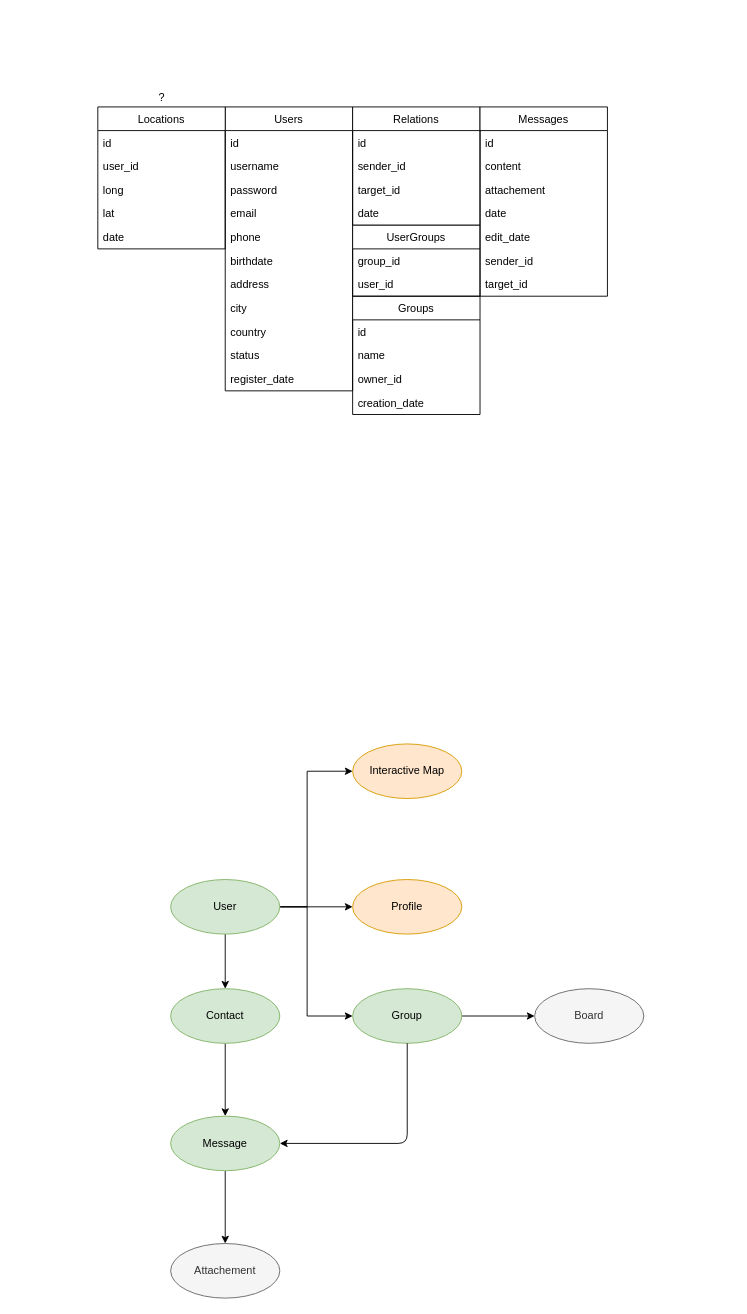
Above: DevServ_Proj_EA.drawio in oxypomme/LP_DevServer_Project (draw.io), before the change. Source tidied: cells renumbered, new cells numbered last; positions are measured from the earlier drawing's top-left corner, leaving out a move shared by most shapes. Both pictures are drawn from the tidied source at 91%, with x=0, y=0 at pixel (97, 88).
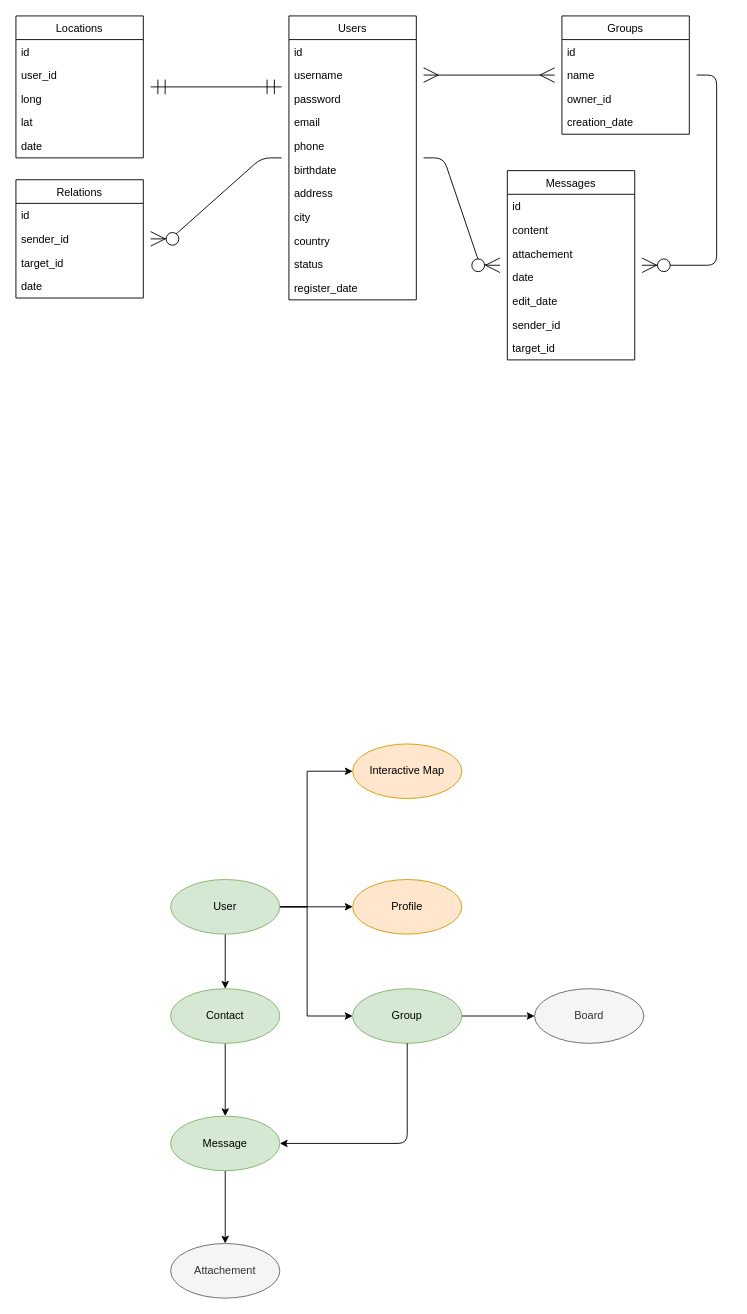
After the change.

Diff of the diagram source:
```diff
@@
     <mxCell id="2" value="Users" style="swimlane;fontStyle=0;horizontal=1;startSize=26;" parent="1" vertex="1">
-      <mxGeometry x="140" y="20" width="140" height="312" as="geometry" />
+      <mxGeometry x="210" y="-80" width="140" height="312" as="geometry" />
     </mxCell>
@@
     <mxCell id="30" value="Locations" style="swimlane;fontStyle=0;horizontal=1;startSize=26;" parent="1" vertex="1">
-      <mxGeometry y="20" width="140" height="156" as="geometry" />
+      <mxGeometry x="-90" y="-80" width="140" height="156" as="geometry" />
     </mxCell>
@@
     <mxCell id="36" value="Relations" style="swimlane;fontStyle=0;horizontal=1;startSize=26;" parent="1" vertex="1">
-      <mxGeometry x="280" y="20" width="140" height="130" as="geometry" />
+      <mxGeometry x="-90" y="100" width="140" height="130" as="geometry" />
     </mxCell>
@@
-    <mxCell id="41" value="?" style="text;html=1;align=center;verticalAlign=middle;strokeColor=none;fillColor=none;" parent="1" vertex="1">
-      <mxGeometry x="60" width="20" height="20" as="geometry" />
-    </mxCell>
     <mxCell id="42" value="Groups" style="swimlane;fontStyle=0;horizontal=1;startSize=26;" parent="1" vertex="1">
-      <mxGeometry x="280" y="228" width="140" height="130" as="geometry" />
+      <mxGeometry x="510" y="-80" width="140" height="130" as="geometry" />
     </mxCell>
@@
-    <mxCell id="47" value="UserGroups" style="swimlane;fontStyle=0;horizontal=1;startSize=26;" parent="1" vertex="1">
-      <mxGeometry x="280" y="150" width="140" height="78" as="geometry" />
-    </mxCell>
-    <mxCell id="48" value="group_id" style="text;strokeColor=none;fillColor=none;align=left;verticalAlign=top;spacingLeft=4;spacingRight=4;overflow=hidden;rounded=1;" parent="47" vertex="1">
-      <mxGeometry y="26" width="140" height="26" as="geometry" />
-    </mxCell>
-    <mxCell id="49" value="user_id" style="text;strokeColor=none;fillColor=none;align=left;verticalAlign=top;spacingLeft=4;spacingRight=4;overflow=hidden;rounded=1;" parent="47" vertex="1">
-      <mxGeometry y="52" width="140" height="26" as="geometry" />
-    </mxCell>
     <mxCell id="50" value="Messages" style="swimlane;fontStyle=0;horizontal=1;startSize=26;" parent="1" vertex="1">
-      <mxGeometry x="420" y="20" width="140" height="208" as="geometry" />
+      <mxGeometry x="450" y="90" width="140" height="208" as="geometry" />
     </mxCell>
@@
+    <mxCell id="58" style="edgeStyle=entityRelationEdgeStyle;fontSize=12;html=1;endArrow=ERmany;startArrow=ERmany;startSize=14;endSize=14;sourcePerimeterSpacing=8;targetPerimeterSpacing=8;" parent="1" edge="1" target="42">
+      <mxGeometry relative="1" as="geometry">
+        <mxPoint x="358" y="-15" as="sourcePoint" />
+      </mxGeometry>
+    </mxCell>
+    <mxCell id="59" style="edgeStyle=entityRelationEdgeStyle;fontSize=12;html=1;endArrow=ERmandOne;startArrow=ERmandOne;startSize=14;endSize=14;sourcePerimeterSpacing=8;targetPerimeterSpacing=8;" parent="1" edge="1" source="30">
+      <mxGeometry relative="1" as="geometry">
+        <mxPoint x="202" y="-2" as="targetPoint" />
+      </mxGeometry>
+    </mxCell>
+    <mxCell id="60" style="edgeStyle=entityRelationEdgeStyle;fontSize=12;html=1;endArrow=ERzeroToMany;endFill=1;startSize=14;endSize=14;sourcePerimeterSpacing=8;targetPerimeterSpacing=8;" parent="1" edge="1" source="2" target="50">
+      <mxGeometry relative="1" as="geometry" />
+    </mxCell>
+    <mxCell id="61" style="edgeStyle=entityRelationEdgeStyle;fontSize=12;html=1;endArrow=ERzeroToMany;endFill=1;startSize=14;endSize=14;sourcePerimeterSpacing=8;targetPerimeterSpacing=8;" parent="1" edge="1" source="2" target="36">
+      <mxGeometry relative="1" as="geometry" />
+    </mxCell>
+    <mxCell id="62" style="edgeStyle=entityRelationEdgeStyle;fontSize=12;html=1;endArrow=ERzeroToMany;endFill=1;startSize=14;endSize=14;sourcePerimeterSpacing=8;targetPerimeterSpacing=8;" parent="1" edge="1" source="42" target="50">
+      <mxGeometry relative="1" as="geometry" />
+    </mxCell>
```
